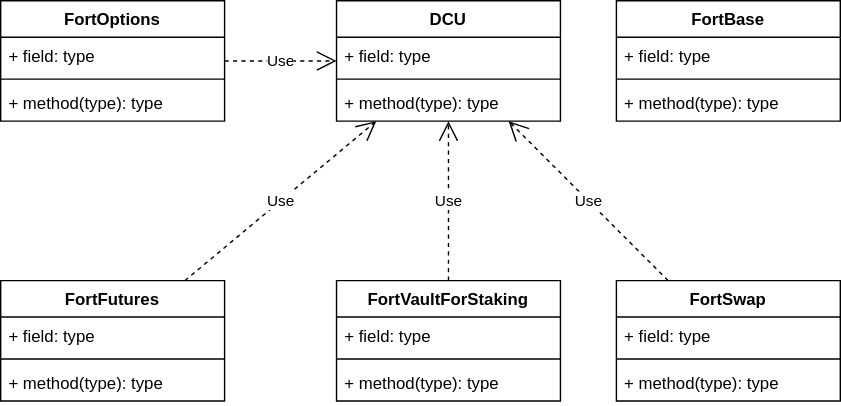
Earlier version of the draw.io export docs/structure.svg (NEST-Protocol/NEST-PVM-V1.0). Source tidied: cells renumbered, new cells last; positions are measured from the earlier drawing's top-left corner, leaving out a move shared by most shapes.
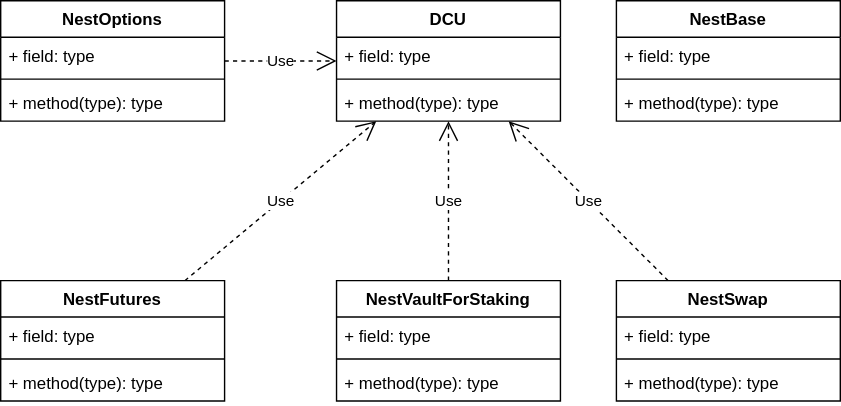
The same diagram one commit later.

Diff of the diagram source:
```diff
@@ -14,7 +14,7 @@
     <mxCell id="5" value="Use" style="endArrow=open;endSize=12;dashed=1;html=1;" parent="1" edge="1" source="26" target="14">
       <mxGeometry relative="1" as="geometry" />
     </mxCell>
-    <mxCell id="6" value="FortFutures" style="swimlane;fontStyle=1;align=center;verticalAlign=top;horizontal=1;startSize=26;" parent="1" vertex="1">
+    <mxCell id="6" value="NestFutures" style="swimlane;fontStyle=1;align=center;verticalAlign=top;horizontal=1;startSize=26;" parent="1" vertex="1">
       <mxGeometry y="200" width="160" height="86" as="geometry" />
     </mxCell>
     <mxCell id="7" value="+ field: type" style="text;strokeColor=none;fillColor=none;align=left;verticalAlign=top;spacingLeft=4;spacingRight=4;overflow=hidden;" parent="6" vertex="1">
@@ -26,7 +26,7 @@
     <mxCell id="9" value="+ method(type): type" style="text;strokeColor=none;fillColor=none;align=left;verticalAlign=top;spacingLeft=4;spacingRight=4;overflow=hidden;" parent="6" vertex="1">
       <mxGeometry y="60" width="160" height="26" as="geometry" />
     </mxCell>
-    <mxCell id="10" value="FortOptions" style="swimlane;fontStyle=1;align=center;verticalAlign=top;horizontal=1;startSize=26;" parent="1" vertex="1">
+    <mxCell id="10" value="NestOptions" style="swimlane;fontStyle=1;align=center;verticalAlign=top;horizontal=1;startSize=26;" parent="1" vertex="1">
       <mxGeometry width="160" height="86" as="geometry" />
     </mxCell>
     <mxCell id="11" value="+ field: type" style="text;strokeColor=none;fillColor=none;align=left;verticalAlign=top;spacingLeft=4;spacingRight=4;overflow=hidden;" parent="10" vertex="1">
@@ -50,7 +50,7 @@
     <mxCell id="17" value="+ method(type): type" style="text;strokeColor=none;fillColor=none;align=left;verticalAlign=top;spacingLeft=4;spacingRight=4;overflow=hidden;" parent="14" vertex="1">
       <mxGeometry y="60" width="160" height="26" as="geometry" />
     </mxCell>
-    <mxCell id="18" value="FortBase" style="swimlane;fontStyle=1;align=center;verticalAlign=top;horizontal=1;startSize=26;" parent="1" vertex="1">
+    <mxCell id="18" value="NestBase" style="swimlane;fontStyle=1;align=center;verticalAlign=top;horizontal=1;startSize=26;" parent="1" vertex="1">
       <mxGeometry x="440" width="160" height="86" as="geometry" />
     </mxCell>
     <mxCell id="19" value="+ field: type" style="text;strokeColor=none;fillColor=none;align=left;verticalAlign=top;spacingLeft=4;spacingRight=4;overflow=hidden;" parent="18" vertex="1">
@@ -62,7 +62,7 @@
     <mxCell id="21" value="+ method(type): type" style="text;strokeColor=none;fillColor=none;align=left;verticalAlign=top;spacingLeft=4;spacingRight=4;overflow=hidden;" parent="18" vertex="1">
       <mxGeometry y="60" width="160" height="26" as="geometry" />
     </mxCell>
-    <mxCell id="22" value="FortVaultForStaking" style="swimlane;fontStyle=1;align=center;verticalAlign=top;horizontal=1;startSize=26;" parent="1" vertex="1">
+    <mxCell id="22" value="NestVaultForStaking" style="swimlane;fontStyle=1;align=center;verticalAlign=top;horizontal=1;startSize=26;" parent="1" vertex="1">
       <mxGeometry x="240" y="200" width="160" height="86" as="geometry" />
     </mxCell>
     <mxCell id="23" value="+ field: type" style="text;strokeColor=none;fillColor=none;align=left;verticalAlign=top;spacingLeft=4;spacingRight=4;overflow=hidden;" parent="22" vertex="1">
@@ -74,7 +74,7 @@
     <mxCell id="25" value="+ method(type): type" style="text;strokeColor=none;fillColor=none;align=left;verticalAlign=top;spacingLeft=4;spacingRight=4;overflow=hidden;" parent="22" vertex="1">
       <mxGeometry y="60" width="160" height="26" as="geometry" />
     </mxCell>
-    <mxCell id="26" value="FortSwap" style="swimlane;fontStyle=1;align=center;verticalAlign=top;horizontal=1;startSize=26;" parent="1" vertex="1">
+    <mxCell id="26" value="NestSwap" style="swimlane;fontStyle=1;align=center;verticalAlign=top;horizontal=1;startSize=26;" parent="1" vertex="1">
       <mxGeometry x="440" y="200" width="160" height="86" as="geometry" />
     </mxCell>
     <mxCell id="27" value="+ field: type" style="text;strokeColor=none;fillColor=none;align=left;verticalAlign=top;spacingLeft=4;spacingRight=4;overflow=hidden;" parent="26" vertex="1">
```
